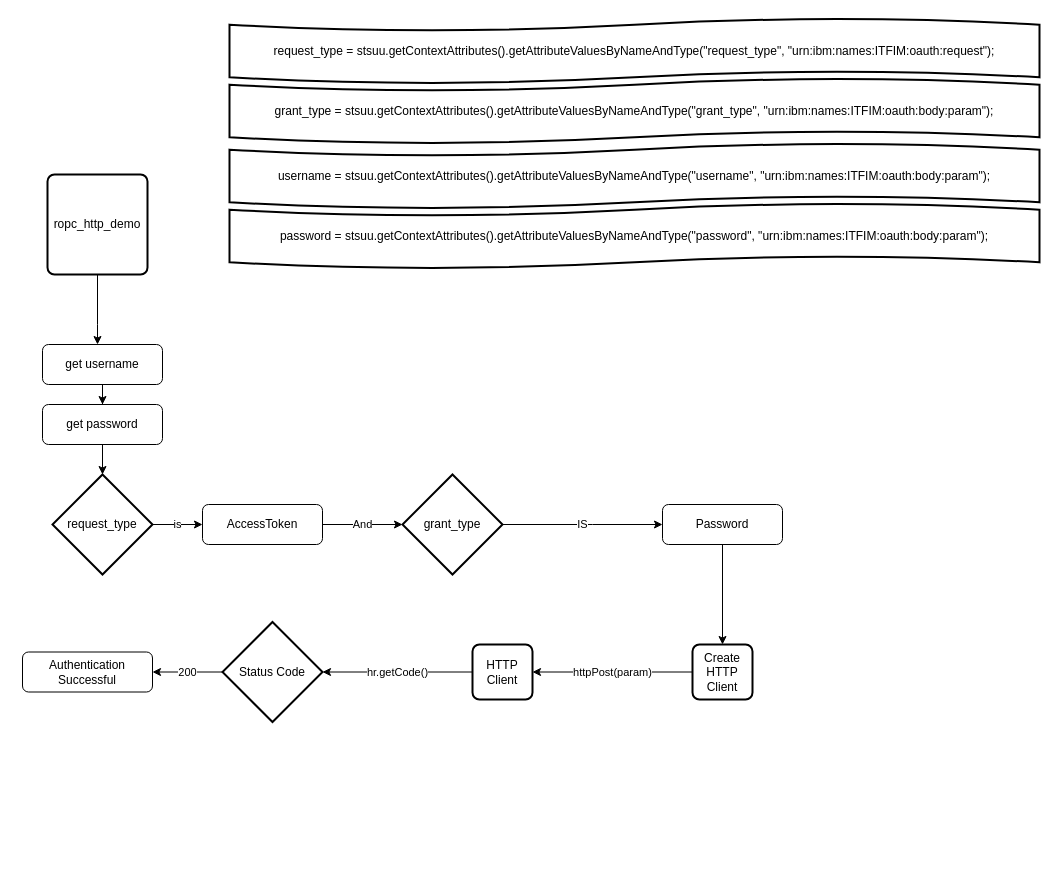
This is diagrams/limit_oauth_grants_per_user_per_client.drawio from jskbabu/sree-general, a draw.io file, before an edit. Source tidied: cells renumbered, new cells numbered last; positions are measured from the earlier drawing's top-left corner, leaving out a move shared by most shapes. Both pictures are drawn from the tidied source at 100%, with x=0, y=0 at pixel (22, 18).
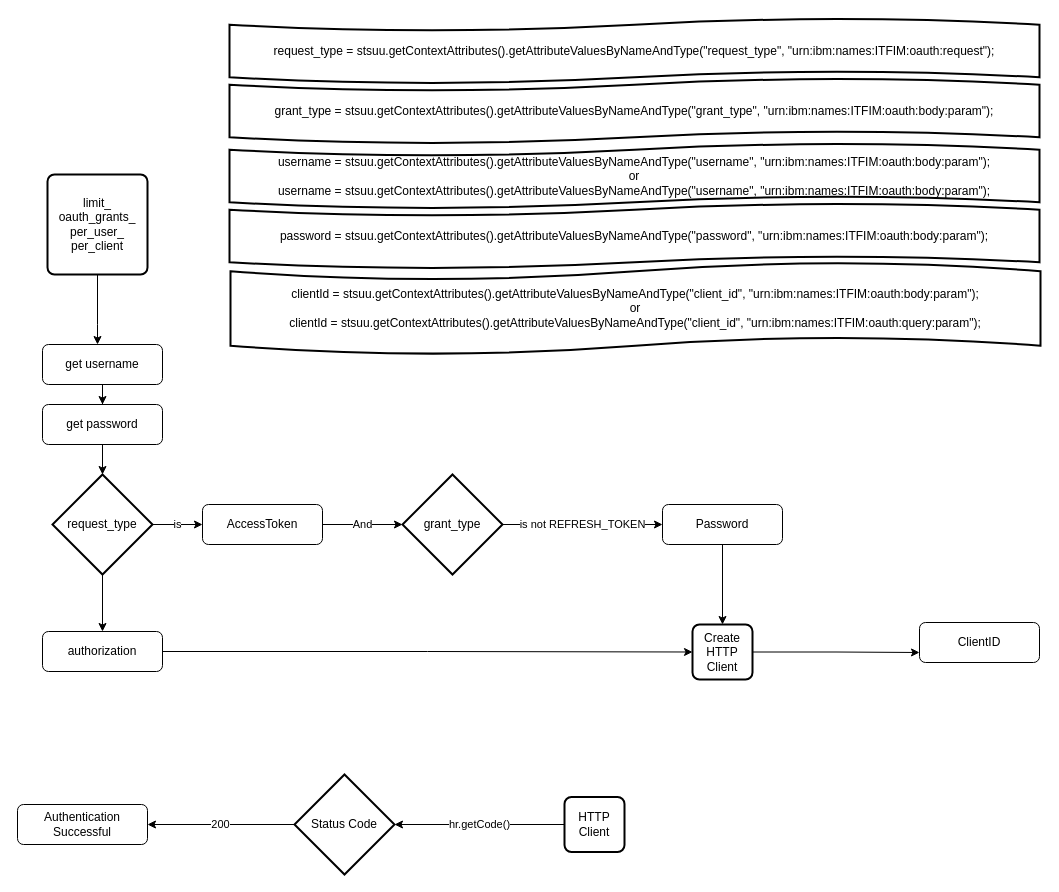
After the change.

Unchanged cells that the change refers to:
```xml
<mxCell id="8" value="request_type" style="strokeWidth=2;html=1;shape=mxgraph.flowchart.decision;whiteSpace=wrap;" parent="1" vertex="1">
  <mxGeometry x="30" y="456" width="100" height="100" as="geometry" />
</mxCell>
<mxCell id="12" value="grant_type" style="strokeWidth=2;html=1;shape=mxgraph.flowchart.decision;whiteSpace=wrap;" parent="1" vertex="1">
  <mxGeometry x="380" y="456" width="100" height="100" as="geometry" />
</mxCell>
<mxCell id="14" value="Password" style="rounded=1;whiteSpace=wrap;html=1;fontSize=12;glass=0;strokeWidth=1;shadow=0;" parent="1" vertex="1">
  <mxGeometry x="640" y="486" width="120" height="40" as="geometry" />
</mxCell>
```

The edit, as a diff of the source:
```diff
@@
+    <mxCell id="28" style="edgeStyle=orthogonalEdgeStyle;rounded=0;jettySize=auto;html=1;" parent="1" edge="1" source="8" target="31">
+      <mxGeometry relative="1" as="geometry" />
+    </mxCell>
@@
-    <mxCell id="11" value="IS" style="edgeStyle=orthogonalEdgeStyle;rounded=0;jettySize=auto;html=1;" parent="1" edge="1" source="12" target="14">
+    <mxCell id="11" value="is not REFRESH_TOKEN" style="edgeStyle=orthogonalEdgeStyle;rounded=0;jettySize=auto;html=1;" parent="1" edge="1" source="12" target="14">
       <mxGeometry relative="1" as="geometry">
         <Array as="points">
-          <mxPoint x="570" y="506" />
-          <mxPoint x="570" y="506" />
+          <mxPoint x="562" y="506" />
+          <mxPoint x="562" y="506" />
         </Array>
       </mxGeometry>
     </mxCell>
@@
     <mxCell id="15" value="Authentication Successful" style="rounded=1;whiteSpace=wrap;html=1;fontSize=12;glass=0;strokeWidth=1;shadow=0;" parent="1" vertex="1">
-      <mxGeometry y="633.5" width="130" height="40" as="geometry" />
+      <mxGeometry x="-5" y="786" width="130" height="40" as="geometry" />
     </mxCell>
@@
-    <mxCell id="17" value="ropc_http_demo" style="rounded=1;whiteSpace=wrap;html=1;absoluteArcSize=1;arcSize=14;strokeWidth=2;" parent="1" vertex="1">
+    <mxCell id="17" value="limit_&lt;br&gt;oauth_grants_&lt;br&gt;per_user_&lt;br&gt;per_client" style="rounded=1;whiteSpace=wrap;html=1;absoluteArcSize=1;arcSize=14;strokeWidth=2;" parent="1" vertex="1">
       <mxGeometry x="25" y="156" width="100" height="100" as="geometry" />
     </mxCell>
-    <mxCell id="18" value="httpPost(param)" style="edgeStyle=orthogonalEdgeStyle;rounded=0;jettySize=auto;html=1;entryX=1;entryY=0.5;entryDx=0;entryDy=0;" parent="1" edge="1" source="19" target="21">
-      <mxGeometry relative="1" as="geometry" />
-    </mxCell>
+    <mxCell id="29" style="edgeStyle=orthogonalEdgeStyle;rounded=0;jettySize=auto;html=1;entryX=0;entryY=0.75;entryDx=0;entryDy=0;" parent="1" edge="1" source="19" target="32">
+      <mxGeometry relative="1" as="geometry" />
+    </mxCell>
     <mxCell id="19" value="Create &lt;br&gt;HTTP &lt;br&gt;Client" style="rounded=1;whiteSpace=wrap;html=1;absoluteArcSize=1;arcSize=14;strokeWidth=2;" parent="1" vertex="1">
-      <mxGeometry x="670" y="626" width="60" height="55" as="geometry" />
+      <mxGeometry x="670" y="606" width="60" height="55" as="geometry" />
     </mxCell>
@@
     <mxCell id="21" value="HTTP &lt;br&gt;Client" style="rounded=1;whiteSpace=wrap;html=1;absoluteArcSize=1;arcSize=14;strokeWidth=2;" parent="1" vertex="1">
-      <mxGeometry x="450" y="626" width="60" height="55" as="geometry" />
+      <mxGeometry x="542" y="778.5" width="60" height="55" as="geometry" />
     </mxCell>
@@
     <mxCell id="23" value="Status Code" style="strokeWidth=2;html=1;shape=mxgraph.flowchart.decision;whiteSpace=wrap;" parent="1" vertex="1">
-      <mxGeometry x="200" y="603.5" width="100" height="100" as="geometry" />
+      <mxGeometry x="272" y="756" width="100" height="100" as="geometry" />
     </mxCell>
@@
-    <mxCell id="26" value="username =&amp;nbsp;stsuu.getContextAttributes().getAttributeValuesByNameAndType(&quot;username&quot;, &quot;urn:ibm:names:ITFIM:oauth:body:param&quot;);" style="shape=tape;whiteSpace=wrap;html=1;strokeWidth=2;size=0.19;" parent="1" vertex="1">
+    <mxCell id="26" value="username =&amp;nbsp;stsuu.getContextAttributes().getAttributeValuesByNameAndType(&quot;username&quot;, &quot;urn:ibm:names:ITFIM:oauth:body:param&quot;);&lt;br&gt;or&lt;br&gt;username =&amp;nbsp;stsuu.getContextAttributes().getAttributeValuesByNameAndType(&quot;username&quot;, &quot;urn:ibm:names:ITFIM:oauth:body:param&quot;);" style="shape=tape;whiteSpace=wrap;html=1;strokeWidth=2;size=0.19;" parent="1" vertex="1">
       <mxGeometry x="207" y="125" width="810" height="65" as="geometry" />
     </mxCell>
@@
+    <mxCell id="30" style="edgeStyle=orthogonalEdgeStyle;rounded=0;jettySize=auto;html=1;entryX=0;entryY=0.5;entryDx=0;entryDy=0;" parent="1" edge="1" source="31" target="19">
+      <mxGeometry relative="1" as="geometry" />
+    </mxCell>
+    <mxCell id="31" value="authorization" style="rounded=1;whiteSpace=wrap;html=1;fontSize=12;glass=0;strokeWidth=1;shadow=0;" parent="1" vertex="1">
+      <mxGeometry x="20" y="613" width="120" height="40" as="geometry" />
+    </mxCell>
+    <mxCell id="32" value="ClientID" style="rounded=1;whiteSpace=wrap;html=1;fontSize=12;glass=0;strokeWidth=1;shadow=0;" parent="1" vertex="1">
+      <mxGeometry x="897" y="604" width="120" height="40" as="geometry" />
+    </mxCell>
+    <mxCell id="33" value="clientId =&amp;nbsp;stsuu.getContextAttributes().getAttributeValuesByNameAndType(&quot;client_id&quot;, &quot;urn:ibm:names:ITFIM:oauth:body:param&quot;);&lt;br&gt;or&lt;br&gt;clientId =&amp;nbsp;stsuu.getContextAttributes().getAttributeValuesByNameAndType(&quot;client_id&quot;, &quot;urn:ibm:names:ITFIM:oauth:query:param&quot;);" style="shape=tape;whiteSpace=wrap;html=1;strokeWidth=2;size=0.19;" parent="1" vertex="1">
+      <mxGeometry x="208" y="244" width="810" height="92" as="geometry" />
+    </mxCell>
```
